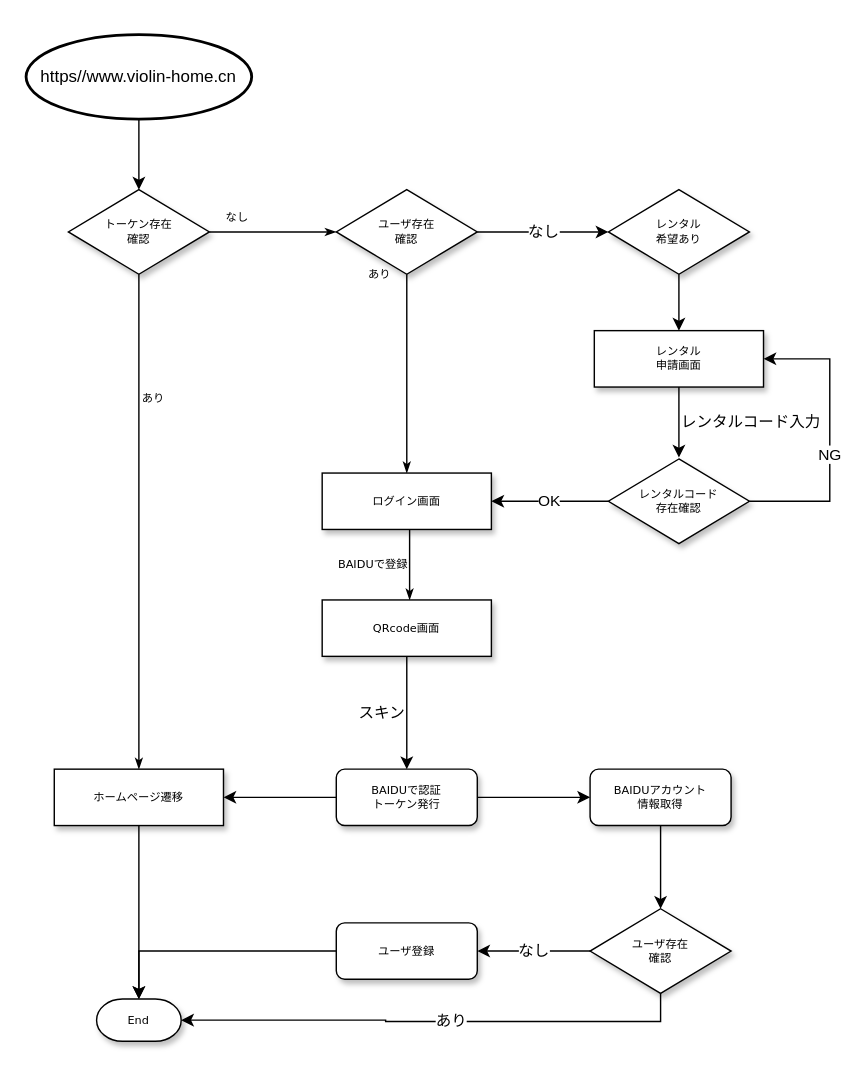
Before: 認証.drawio in simple321vip/violin-trade, a draw.io diagram. Source tidied: cells renumbered, new cells numbered last; positions are measured from the earlier drawing's top-left corner, leaving out a move shared by most shapes. Both pictures are drawn from the tidied source at 141%, with x=0, y=0 at pixel (25, 34).
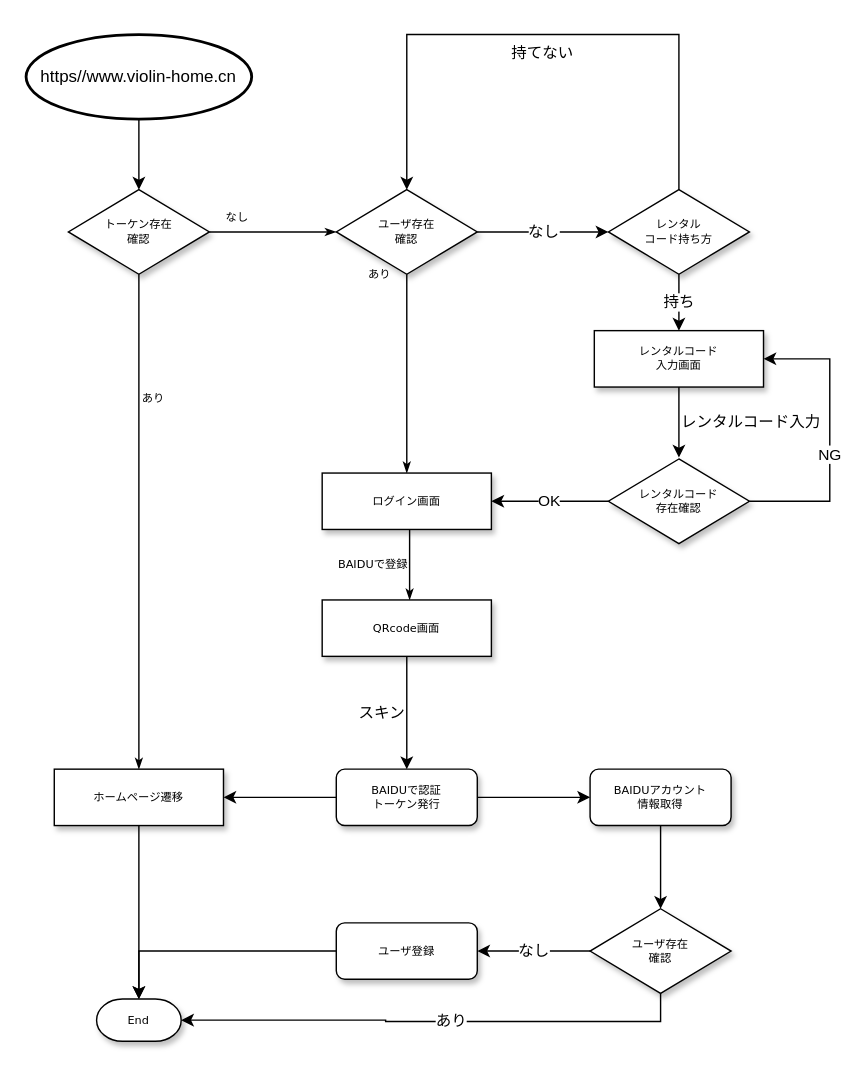
The same diagram, later.

The change refers to these unchanged cells:
```xml
<mxCell id="7" value="ユーザ存在&lt;br&gt;確認" style="rhombus;whiteSpace=wrap;html=1;rounded=0;shadow=1;labelBackgroundColor=none;strokeWidth=1;fontFamily=Verdana;fontSize=8;align=center;" parent="1" vertex="1">
  <mxGeometry x="220" y="110" width="100" height="60" as="geometry" />
</mxCell>
```

What changed in the source:
```diff
@@
-    <mxCell id="20" value="レンタル&lt;br&gt;申請画面" style="whiteSpace=wrap;html=1;rounded=0;shadow=1;labelBackgroundColor=none;strokeWidth=1;fontFamily=Verdana;fontSize=8;align=center;spacing=6;" parent="1" vertex="1">
+    <mxCell id="20" value="レンタルコード&lt;br&gt;入力画面" style="whiteSpace=wrap;html=1;rounded=0;shadow=1;labelBackgroundColor=none;strokeWidth=1;fontFamily=Verdana;fontSize=8;align=center;spacing=6;" parent="1" vertex="1">
       <mxGeometry x="403" y="210" width="120" height="40" as="geometry" />
     </mxCell>
-    <mxCell id="21" style="edgeStyle=orthogonalEdgeStyle;rounded=0;jettySize=auto;html=1;" parent="1" edge="1" source="22" target="20">
+    <mxCell id="21" value="持ち" style="edgeStyle=orthogonalEdgeStyle;rounded=0;jettySize=auto;html=1;" parent="1" edge="1" source="22" target="20">
       <mxGeometry relative="1" as="geometry" />
     </mxCell>
-    <mxCell id="22" value="レンタル&lt;br&gt;希望あり" style="rhombus;whiteSpace=wrap;html=1;rounded=0;shadow=1;labelBackgroundColor=none;strokeWidth=1;fontFamily=Verdana;fontSize=8;align=center;" parent="1" vertex="1">
+    <mxCell id="22" value="レンタル&lt;br&gt;コード持ち方" style="rhombus;whiteSpace=wrap;html=1;rounded=0;shadow=1;labelBackgroundColor=none;strokeWidth=1;fontFamily=Verdana;fontSize=8;align=center;" parent="1" vertex="1">
       <mxGeometry x="413" y="110" width="100" height="60" as="geometry" />
     </mxCell>
@@
+    <mxCell id="34" value="持てない" style="edgeStyle=orthogonalEdgeStyle;rounded=0;jettySize=auto;html=1;entryX=0.5;entryY=0;entryDx=0;entryDy=0;exitX=0.5;exitY=0;exitDx=0;exitDy=0;labelPosition=center;verticalLabelPosition=bottom;align=center;verticalAlign=top;" parent="1" edge="1" source="22" target="7">
+      <mxGeometry relative="1" as="geometry">
+        <Array as="points">
+          <mxPoint x="463" />
+          <mxPoint x="270" />
+        </Array>
+      </mxGeometry>
+    </mxCell>
```
